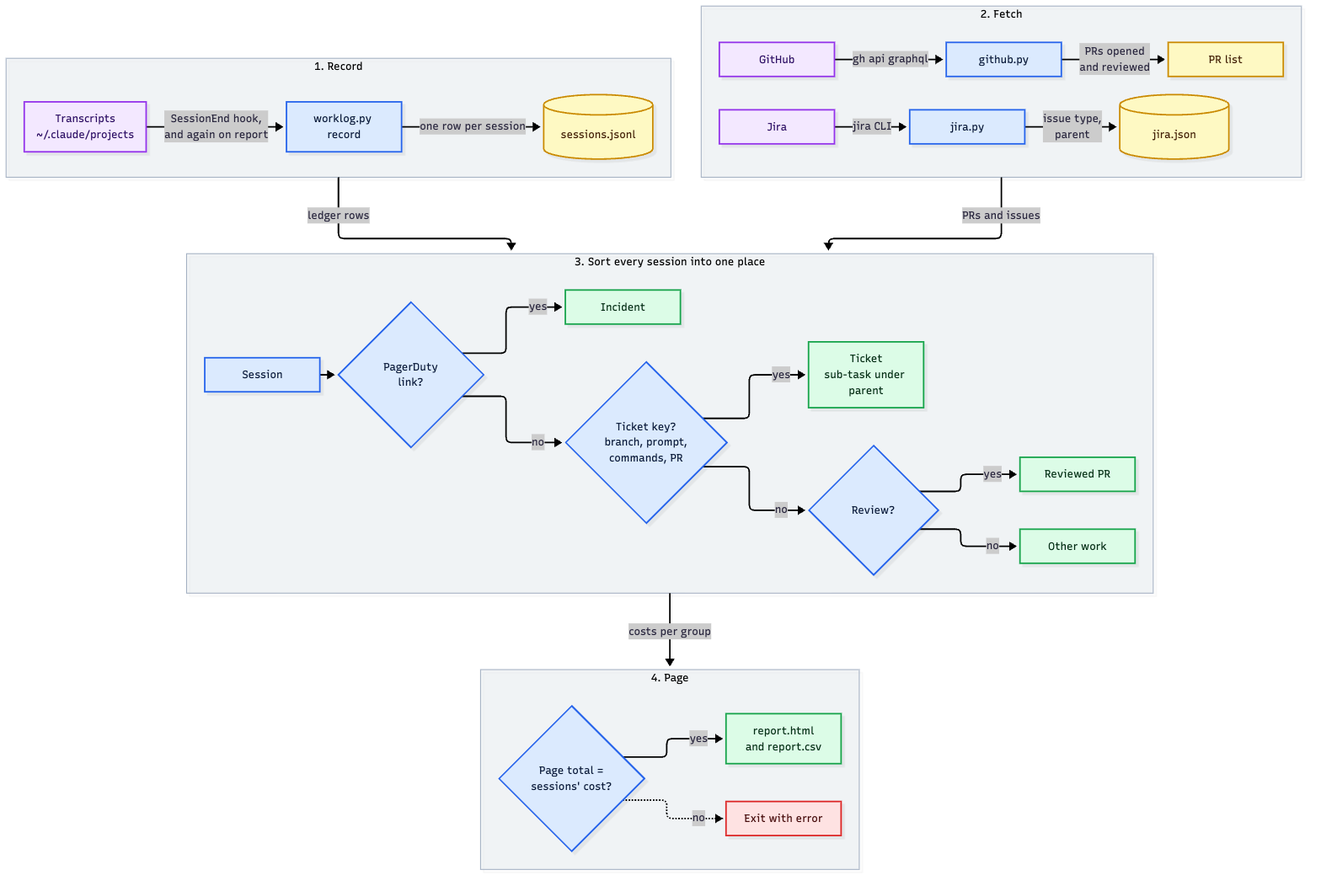
Before: skills/worklog/flow.png, a diagram exported from Mermaid (araltiparmak/claude-harness). Its source is kept beside it as skills/worklog/flow.mmd.
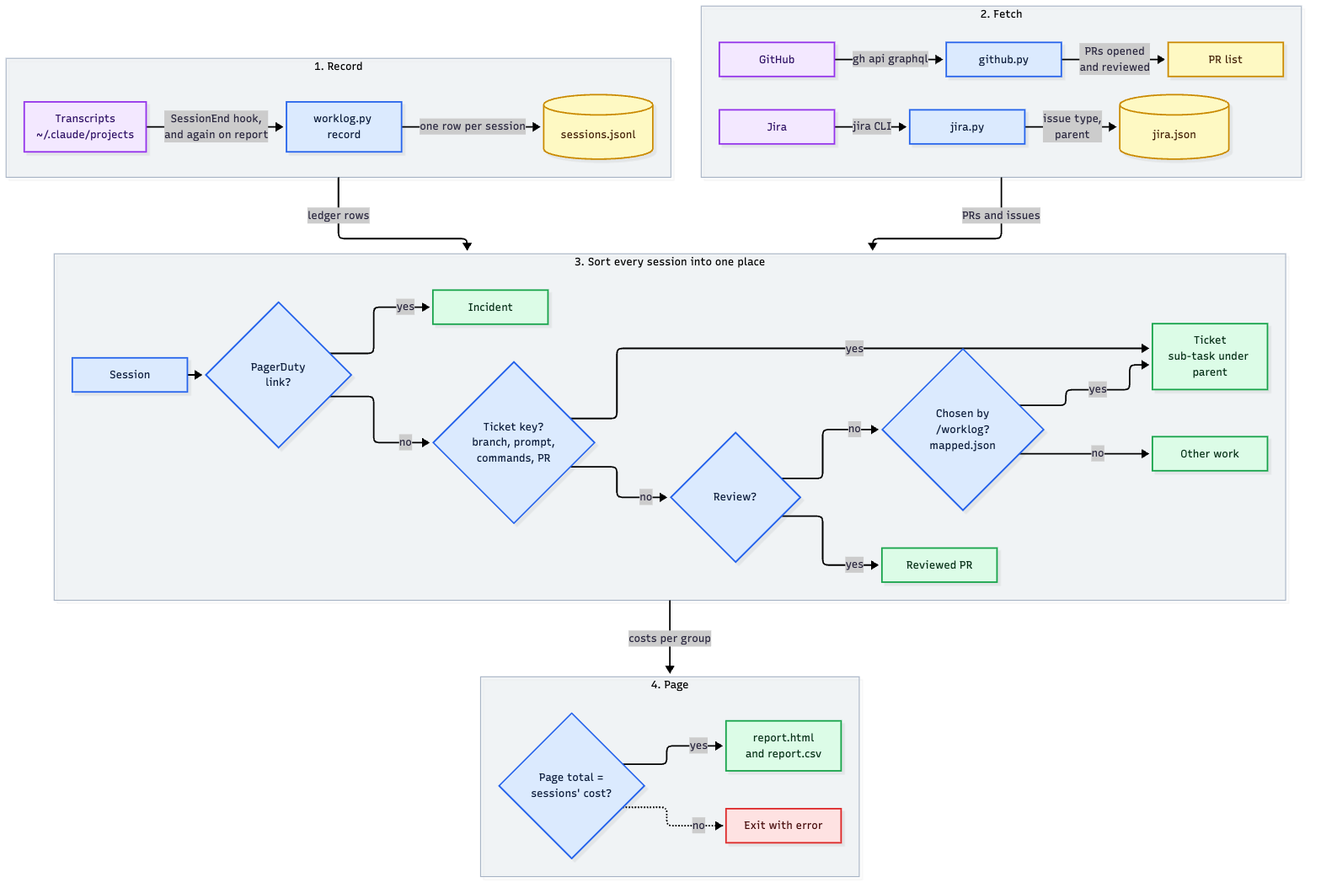
Above is the later version.

Commit message:
worklog: /worklog maps sessions with no ticket to one of the period's tickets (unmapped, map, mapped.json)

Change to the diagram source:
```diff
@@ -13,7 +13,8 @@
     s[Session] --> al{PagerDuty<br/>link?} -- yes --> inc[Incident]
     al -- no --> key{Ticket key?<br/>branch, prompt,<br/>commands, PR} -- yes --> tk[Ticket<br/>sub-task under parent]
     key -- no --> rv{Review?} -- yes --> rpr[Reviewed PR]
-    rv -- no --> oth[Other work]
+    rv -- no --> mp{Chosen by<br/>/worklog?<br/>mapped.json} -- yes --> tk
+    mp -- no --> oth[Other work]
   end
   subgraph out [4. Page]
     direction LR
@@ -29,7 +30,7 @@
   classDef data fill:#fef9c3,stroke:#ca8a04,color:#422006
   classDef fail fill:#fee2e2,stroke:#dc2626,color:#450a0a
   classDef done fill:#dcfce7,stroke:#16a34a,color:#052e16
-  class rc,ghp,jp,s,al,key,rv,chk step
+  class rc,ghp,jp,s,al,key,rv,mp,chk step
   class tr,gh,jc ext
   class led,prs,cache data
   class stop fail
```
